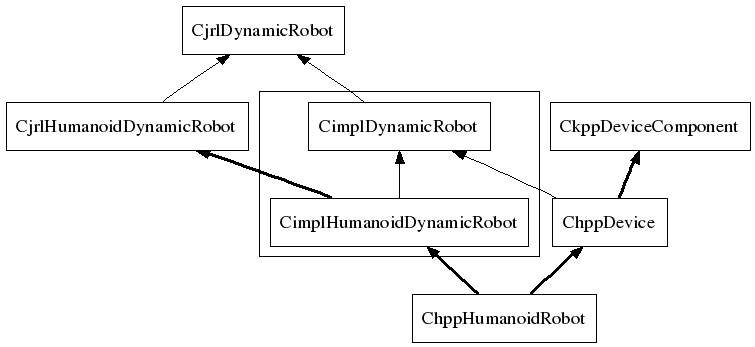
The Graphviz diagram doc/figures/classDiagramRobot.png in pFernbach/hpp-model, before a commit. Its source is kept beside it as doc/figures/classDiagramRobot.dot.
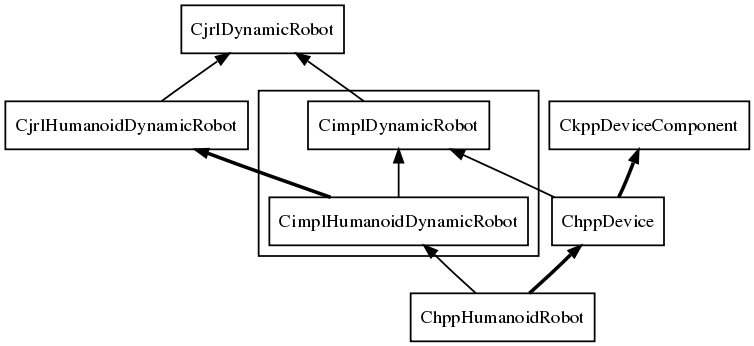
After the change.

Change to the diagram source:
```diff
@@ -11,7 +11,7 @@
 	"ChppDevice" -> CkppDeviceComponent [style = bold]
 	"ChppDevice" -> CimplDynamicRobot
 	"ChppHumanoidRobot" -> "ChppDevice" [style = bold]
-	"ChppHumanoidRobot" -> CimplHumanoidDynamicRobot [style = bold]
+	"ChppHumanoidRobot" -> CimplHumanoidDynamicRobot
 
 	subgraph cluster0 {
 		CimplDynamicRobot [shape = box]
```
